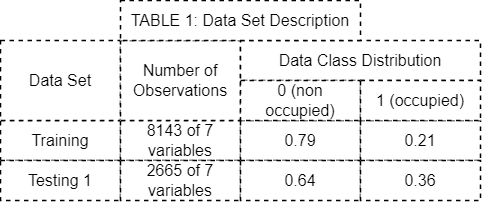
This is figures/tables/DataSetDescription.png from GursimarSaini/INSE6220Project, a draw.io export, as it was before one commit. Source tidied: cells renumbered, new cells last; positions are measured from the earlier drawing's top-left corner, leaving out a move shared by most shapes.
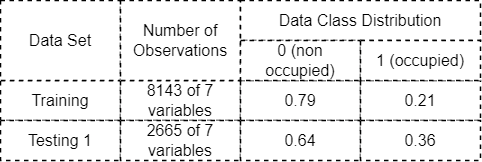
Later version of the same file.

The edit, as a diff of the source:
```diff
@@ -41,8 +41,5 @@
     <mxCell id="14" value="&lt;span style=&quot;font-size: 16px;&quot;&gt;1 (occupied)&lt;/span&gt;" style="rounded=0;whiteSpace=wrap;html=1;fontSize=16;spacing=2;spacingTop=0;spacingBottom=0;gradientColor=none;dashed=1;strokeWidth=1.5;" parent="1" vertex="1">
       <mxGeometry x="360" y="80" width="120" height="40" as="geometry" />
     </mxCell>
-    <mxCell id="15" value="TABLE 1: Data Set Description" style="rounded=0;whiteSpace=wrap;html=1;fontSize=16;spacing=2;spacingTop=0;spacingBottom=0;gradientColor=none;dashed=1;strokeWidth=1.5;" parent="1" vertex="1">
-      <mxGeometry x="120" width="240" height="40" as="geometry" />
-    </mxCell>
   </root>
 </mxGraphModel>
```
